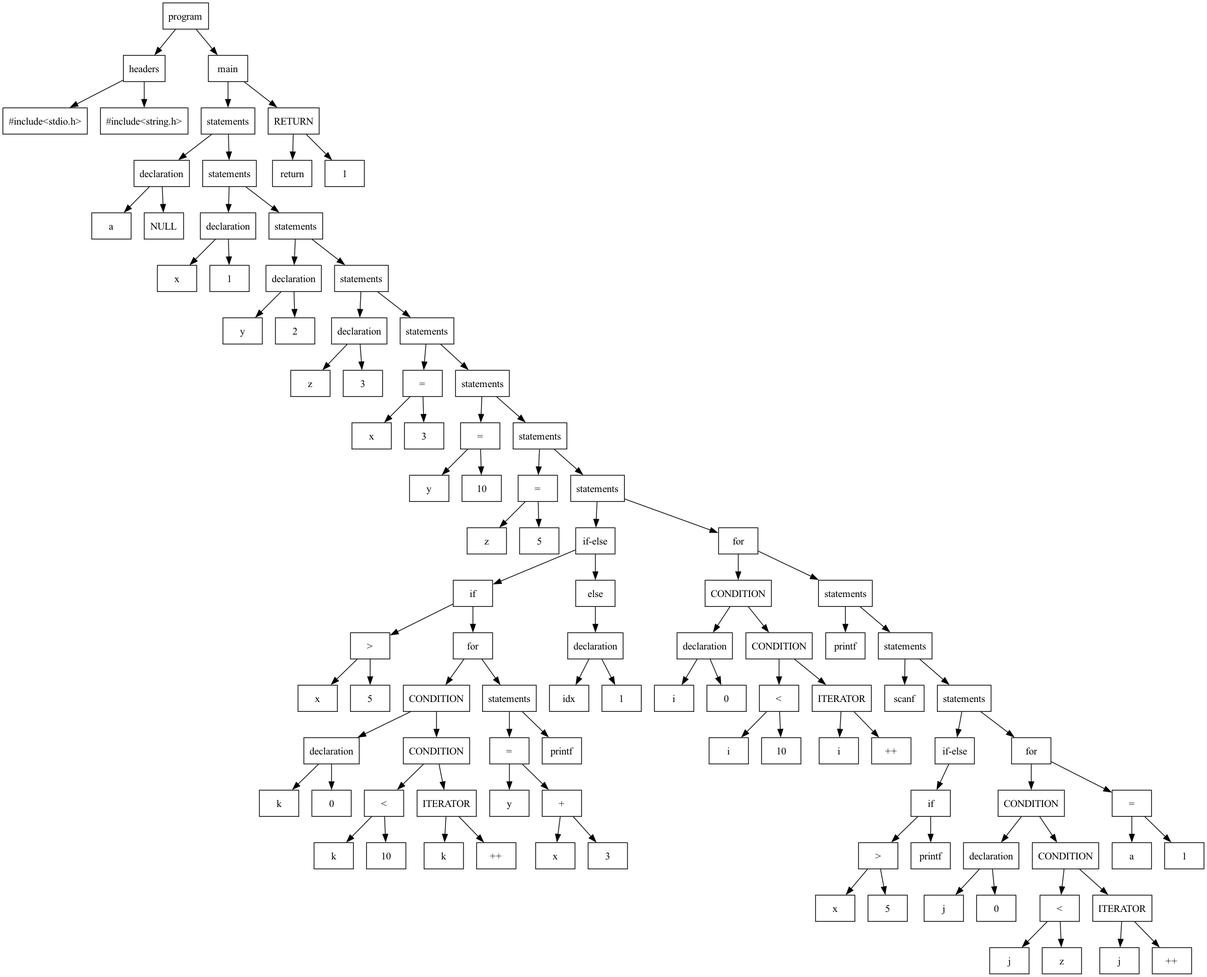
Before: finalphase/parse_tree.png, a diagram exported from Graphviz (PBL07-Project/PBL-CD). Its source is kept beside it as finalphase/parse_tree.dot.
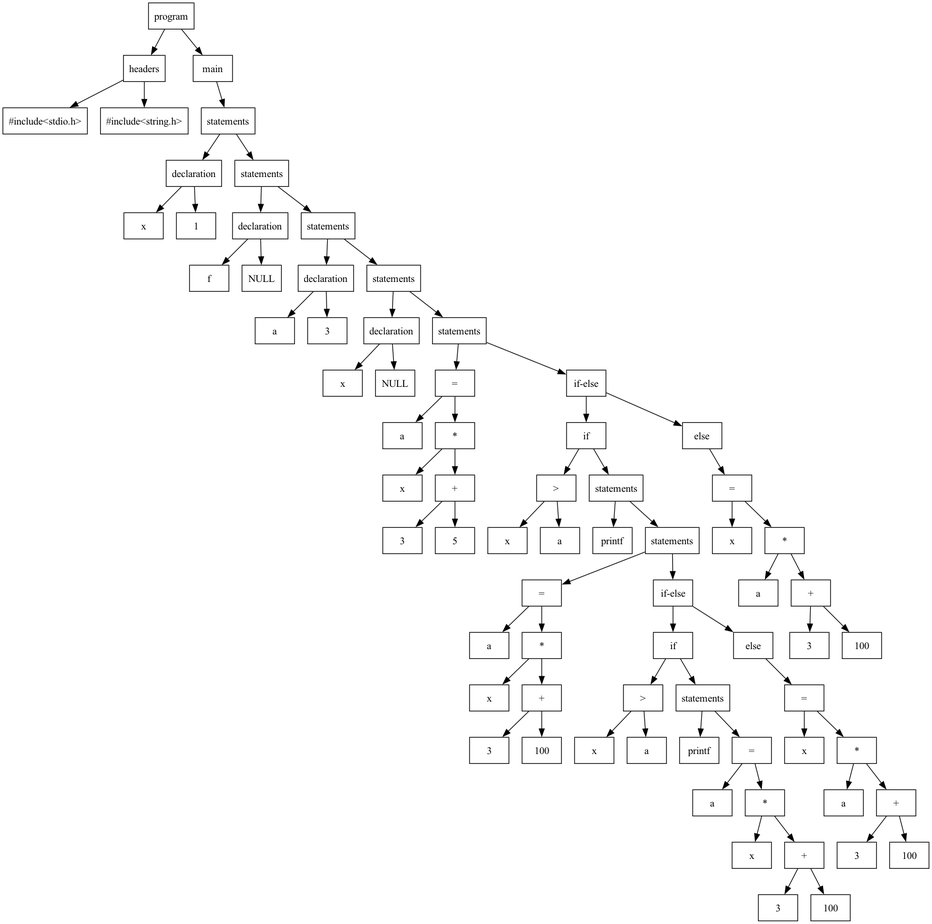
Above is the later version.

What changed in the source:
```diff
@@ -1,208 +1,150 @@
 digraph ParseTree {
   node [shape=box];
-  "0x132e07740" [label="program"];
-  "0x132e07740" -> "0x132e05e20";
-  "0x132e05e20" [label="headers"];
-  "0x132e05e20" -> "0x132e06080";
-  "0x132e06080" [label="#include<stdio.h>"];
-  "0x132e05e20" -> "0x132e05de0";
-  "0x132e05de0" [label="#include<string.h>"];
-  "0x132e07740" -> "0x132e07710";
-  "0x132e07710" [label="main"];
-  "0x132e07710" -> "0x132e07620";
-  "0x132e07620" [label="statements"];
-  "0x132e07620" -> "0x132e06180";
-  "0x132e06180" [label="declaration"];
-  "0x132e06180" -> "0x132e06150";
-  "0x132e06150" [label="a"];
-  "0x132e06180" -> "0x132e05eb0";
-  "0x132e05eb0" [label="NULL"];
-  "0x132e07620" -> "0x132e075f0";
-  "0x132e075f0" [label="statements"];
-  "0x132e075f0" -> "0x132e06270";
-  "0x132e06270" [label="declaration"];
-  "0x132e06270" -> "0x132e06240";
-  "0x132e06240" [label="x"];
-  "0x132e06270" -> "0x132e06210";
-  "0x132e06210" [label="1"];
-  "0x132e075f0" -> "0x132e075c0";
-  "0x132e075c0" [label="statements"];
-  "0x132e075c0" -> "0x132e06360";
-  "0x132e06360" [label="declaration"];
-  "0x132e06360" -> "0x132e06330";
-  "0x132e06330" [label="y"];
-  "0x132e06360" -> "0x132e06300";
-  "0x132e06300" [label="2"];
-  "0x132e075c0" -> "0x132e07590";
-  "0x132e07590" [label="statements"];
-  "0x132e07590" -> "0x132e06450";
-  "0x132e06450" [label="declaration"];
-  "0x132e06450" -> "0x132e06420";
-  "0x132e06420" [label="z"];
-  "0x132e06450" -> "0x132e063f0";
-  "0x132e063f0" [label="3"];
-  "0x132e07590" -> "0x132e07560";
-  "0x132e07560" [label="statements"];
-  "0x132e07560" -> "0x132e064e0";
-  "0x132e064e0" [label="="];
-  "0x132e064e0" -> "0x132e064b0";
-  "0x132e064b0" [label="x"];
-  "0x132e064e0" -> "0x132e06480";
-  "0x132e06480" [label="3"];
-  "0x132e07560" -> "0x132e07530";
-  "0x132e07530" [label="statements"];
-  "0x132e07530" -> "0x132e065a0";
-  "0x132e065a0" [label="="];
-  "0x132e065a0" -> "0x132e06570";
-  "0x132e06570" [label="y"];
-  "0x132e065a0" -> "0x132e06540";
-  "0x132e06540" [label="10"];
-  "0x132e07530" -> "0x132e07500";
-  "0x132e07500" [label="statements"];
-  "0x132e07500" -> "0x132e06660";
-  "0x132e06660" [label="="];
-  "0x132e06660" -> "0x132e06630";
-  "0x132e06630" [label="z"];
-  "0x132e06660" -> "0x132e06600";
-  "0x132e06600" [label="5"];
-  "0x132e07500" -> "0x132e074d0";
-  "0x132e074d0" [label="statements"];
-  "0x132e074d0" -> "0x132e06cf0";
-  "0x132e06cf0" [label="if-else"];
-  "0x132e06cf0" -> "0x132e06cc0";
-  "0x132e06cc0" [label="if"];
-  "0x132e06cc0" -> "0x132e06720";
-  "0x132e06720" [label=">"];
-  "0x132e06720" -> "0x132e066c0";
-  "0x132e066c0" [label="x"];
-  "0x132e06720" -> "0x132e066f0";
-  "0x132e066f0" [label="5"];
-  "0x132e06cc0" -> "0x132e06b70";
-  "0x132e06b70" [label="for"];
-  "0x132e06b70" -> "0x132e06b40";
-  "0x132e06b40" [label="CONDITION"];
-  "0x132e06b40" -> "0x132e06840";
-  "0x132e06840" [label="declaration"];
-  "0x132e06840" -> "0x132e06810";
-  "0x132e06810" [label="k"];
-  "0x132e06840" -> "0x132e067e0";
-  "0x132e067e0" [label="0"];
-  "0x132e06b40" -> "0x132e06b10";
-  "0x132e06b10" [label="CONDITION"];
-  "0x132e06b10" -> "0x132e068d0";
-  "0x132e068d0" [label="<"];
-  "0x132e068d0" -> "0x132e06870";
-  "0x132e06870" [label="k"];
-  "0x132e068d0" -> "0x132e068a0";
-  "0x132e068a0" [label="10"];
-  "0x132e06b10" -> "0x132e06960";
-  "0x132e06960" [label="ITERATOR"];
-  "0x132e06960" -> "0x132e06900";
-  "0x132e06900" [label="k"];
-  "0x132e06960" -> "0x132e06930";
-  "0x132e06930" [label="++"];
-  "0x132e06b70" -> "0x132e06ae0";
-  "0x132e06ae0" [label="statements"];
-  "0x132e06ae0" -> "0x132e06a50";
-  "0x132e06a50" [label="="];
-  "0x132e06a50" -> "0x132e06a20";
-  "0x132e06a20" [label="y"];
-  "0x132e06a50" -> "0x132e069f0";
-  "0x132e069f0" [label="+"];
-  "0x132e069f0" -> "0x132e06990";
-  "0x132e06990" [label="x"];
-  "0x132e069f0" -> "0x132e069c0";
-  "0x132e069c0" [label="3"];
-  "0x132e06ae0" -> "0x132e06ab0";
-  "0x132e06ab0" [label="printf"];
-  "0x132e06cf0" -> "0x132e06c90";
-  "0x132e06c90" [label="else"];
-  "0x132e06c90" -> "0x132e06c60";
-  "0x132e06c60" [label="declaration"];
-  "0x132e06c60" -> "0x132e06c30";
-  "0x132e06c30" [label="idx"];
-  "0x132e06c60" -> "0x132e06c00";
-  "0x132e06c00" [label="1"];
-  "0x132e074d0" -> "0x132e074a0";
-  "0x132e074a0" [label="for"];
-  "0x132e074a0" -> "0x132e07470";
-  "0x132e07470" [label="CONDITION"];
-  "0x132e07470" -> "0x132e06db0";
-  "0x132e06db0" [label="declaration"];
-  "0x132e06db0" -> "0x132e06d80";
-  "0x132e06d80" [label="i"];
-  "0x132e06db0" -> "0x132e06d50";
-  "0x132e06d50" [label="0"];
-  "0x132e07470" -> "0x132e07440";
-  "0x132e07440" [label="CONDITION"];
-  "0x132e07440" -> "0x132e06e40";
-  "0x132e06e40" [label="<"];
-  "0x132e06e40" -> "0x132e06de0";
-  "0x132e06de0" [label="i"];
-  "0x132e06e40" -> "0x132e06e10";
-  "0x132e06e10" [label="10"];
-  "0x132e07440" -> "0x132e06ed0";
-  "0x132e06ed0" [label="ITERATOR"];
-  "0x132e06ed0" -> "0x132e06e70";
-  "0x132e06e70" [label="i"];
-  "0x132e06ed0" -> "0x132e06ea0";
-  "0x132e06ea0" [label="++"];
-  "0x132e074a0" -> "0x132e07410";
-  "0x132e07410" [label="statements"];
-  "0x132e07410" -> "0x132e06f00";
-  "0x132e06f00" [label="printf"];
-  "0x132e07410" -> "0x132e073e0";
-  "0x132e073e0" [label="statements"];
-  "0x132e073e0" -> "0x132e06f60";
-  "0x132e06f60" [label="scanf"];
-  "0x132e073e0" -> "0x132e073b0";
-  "0x132e073b0" [label="statements"];
-  "0x132e073b0" -> "0x132e07080";
-  "0x132e07080" [label="if-else"];
-  "0x132e07080" -> "0x132e07050";
-  "0x132e07050" [label="if"];
-  "0x132e07050" -> "0x132e06ff0";
-  "0x132e06ff0" [label=">"];
-  "0x132e06ff0" -> "0x132e06f90";
-  "0x132e06f90" [label="x"];
-  "0x132e06ff0" -> "0x132e06fc0";
-  "0x132e06fc0" [label="5"];
-  "0x132e07050" -> "0x132e07020";
-  "0x132e07020" [label="printf"];
-  "0x132e073b0" -> "0x132e07380";
-  "0x132e07380" [label="for"];
-  "0x132e07380" -> "0x132e07350";
-  "0x132e07350" [label="CONDITION"];
-  "0x132e07350" -> "0x132e07140";
-  "0x132e07140" [label="declaration"];
-  "0x132e07140" -> "0x132e07110";
-  "0x132e07110" [label="j"];
-  "0x132e07140" -> "0x132e070e0";
-  "0x132e070e0" [label="0"];
-  "0x132e07350" -> "0x132e07320";
-  "0x132e07320" [label="CONDITION"];
-  "0x132e07320" -> "0x132e071d0";
-  "0x132e071d0" [label="<"];
-  "0x132e071d0" -> "0x132e07170";
-  "0x132e07170" [label="j"];
-  "0x132e071d0" -> "0x132e071a0";
-  "0x132e071a0" [label="z"];
-  "0x132e07320" -> "0x132e07260";
-  "0x132e07260" [label="ITERATOR"];
-  "0x132e07260" -> "0x132e07200";
-  "0x132e07200" [label="j"];
-  "0x132e07260" -> "0x132e07230";
-  "0x132e07230" [label="++"];
-  "0x132e07380" -> "0x132e072f0";
-  "0x132e072f0" [label="="];
-  "0x132e072f0" -> "0x132e072c0";
-  "0x132e072c0" [label="a"];
-  "0x132e072f0" -> "0x132e07290";
-  "0x132e07290" [label="1"];
-  "0x132e07710" -> "0x132e076e0";
-  "0x132e076e0" [label="RETURN"];
-  "0x132e076e0" -> "0x132e076b0";
-  "0x132e076b0" [label="return"];
-  "0x132e076e0" -> "0x132e07680";
-  "0x132e07680" [label="1"];
+  "0x14bf05140" [label="program"];
+  "0x14bf05140" -> "0x14bf041e0";
+  "0x14bf041e0" [label="headers"];
+  "0x14bf041e0" -> "0x14bf04120";
+  "0x14bf04120" [label="#include<stdio.h>"];
+  "0x14bf041e0" -> "0x14bf041a0";
+  "0x14bf041a0" [label="#include<string.h>"];
+  "0x14bf05140" -> "0x14bf05110";
+  "0x14bf05110" [label="main"];
+  "0x14bf05110" -> "0x14bf050e0";
+  "0x14bf050e0" [label="statements"];
+  "0x14bf050e0" -> "0x14bf04300";
+  "0x14bf04300" [label="declaration"];
+  "0x14bf04300" -> "0x14bf042d0";
+  "0x14bf042d0" [label="x"];
+  "0x14bf04300" -> "0x14bf042a0";
+  "0x14bf042a0" [label="1"];
+  "0x14bf050e0" -> "0x14bf050b0";
+  "0x14bf050b0" [label="statements"];
+  "0x14bf050b0" -> "0x14bf043c0";
+  "0x14bf043c0" [label="declaration"];
+  "0x14bf043c0" -> "0x14bf04390";
+  "0x14bf04390" [label="f"];
+  "0x14bf043c0" -> "0x14bf04360";
+  "0x14bf04360" [label="NULL"];
+  "0x14bf050b0" -> "0x14bf05080";
+  "0x14bf05080" [label="statements"];
+  "0x14bf05080" -> "0x14bf044b0";
+  "0x14bf044b0" [label="declaration"];
+  "0x14bf044b0" -> "0x14bf04480";
+  "0x14bf04480" [label="a"];
+  "0x14bf044b0" -> "0x14bf04450";
+  "0x14bf04450" [label="3"];
+  "0x14bf05080" -> "0x14bf05050";
+  "0x14bf05050" [label="statements"];
+  "0x14bf05050" -> "0x14bf04540";
+  "0x14bf04540" [label="declaration"];
+  "0x14bf04540" -> "0x14bf04510";
+  "0x14bf04510" [label="x"];
+  "0x14bf04540" -> "0x14bf044e0";
+  "0x14bf044e0" [label="NULL"];
+  "0x14bf05050" -> "0x14bf05020";
+  "0x14bf05020" [label="statements"];
+  "0x14bf05020" -> "0x14bf046c0";
+  "0x14bf046c0" [label="="];
+  "0x14bf046c0" -> "0x14bf04690";
+  "0x14bf04690" [label="a"];
+  "0x14bf046c0" -> "0x14bf04660";
+  "0x14bf04660" [label="*"];
+  "0x14bf04660" -> "0x14bf04570";
+  "0x14bf04570" [label="x"];
+  "0x14bf04660" -> "0x14bf04630";
+  "0x14bf04630" [label="+"];
+  "0x14bf04630" -> "0x14bf045a0";
+  "0x14bf045a0" [label="3"];
+  "0x14bf04630" -> "0x14bf04600";
+  "0x14bf04600" [label="5"];
+  "0x14bf05020" -> "0x14bf04ff0";
+  "0x14bf04ff0" [label="if-else"];
+  "0x14bf04ff0" -> "0x14bf04fc0";
+  "0x14bf04fc0" [label="if"];
+  "0x14bf04fc0" -> "0x14bf04780";
+  "0x14bf04780" [label=">"];
+  "0x14bf04780" -> "0x14bf04720";
+  "0x14bf04720" [label="x"];
+  "0x14bf04780" -> "0x14bf04750";
+  "0x14bf04750" [label="a"];
+  "0x14bf04fc0" -> "0x14bf04e10";
+  "0x14bf04e10" [label="statements"];
+  "0x14bf04e10" -> "0x14bf047e0";
+  "0x14bf047e0" [label="printf"];
+  "0x14bf04e10" -> "0x14bf04de0";
+  "0x14bf04de0" [label="statements"];
+  "0x14bf04de0" -> "0x14bf04960";
+  "0x14bf04960" [label="="];
+  "0x14bf04960" -> "0x14bf04930";
+  "0x14bf04930" [label="a"];
+  "0x14bf04960" -> "0x14bf04900";
+  "0x14bf04900" [label="*"];
+  "0x14bf04900" -> "0x14bf04810";
+  "0x14bf04810" [label="x"];
+  "0x14bf04900" -> "0x14bf048d0";
+  "0x14bf048d0" [label="+"];
+  "0x14bf048d0" -> "0x14bf04840";
+  "0x14bf04840" [label="3"];
+  "0x14bf048d0" -> "0x14bf048a0";
+  "0x14bf048a0" [label="100"];
+  "0x14bf04de0" -> "0x14bf04db0";
+  "0x14bf04db0" [label="if-else"];
+  "0x14bf04db0" -> "0x14bf04d80";
+  "0x14bf04d80" [label="if"];
+  "0x14bf04d80" -> "0x14bf049f0";
+  "0x14bf049f0" [label=">"];
+  "0x14bf049f0" -> "0x14bf04990";
+  "0x14bf04990" [label="x"];
+  "0x14bf049f0" -> "0x14bf049c0";
+  "0x14bf049c0" [label="a"];
+  "0x14bf04d80" -> "0x14bf04ba0";
+  "0x14bf04ba0" [label="statements"];
+  "0x14bf04ba0" -> "0x14bf04a20";
+  "0x14bf04a20" [label="printf"];
+  "0x14bf04ba0" -> "0x14bf04b70";
+  "0x14bf04b70" [label="="];
+  "0x14bf04b70" -> "0x14bf04b40";
+  "0x14bf04b40" [label="a"];
+  "0x14bf04b70" -> "0x14bf04b10";
+  "0x14bf04b10" [label="*"];
+  "0x14bf04b10" -> "0x14bf04a50";
+  "0x14bf04a50" [label="x"];
+  "0x14bf04b10" -> "0x14bf04ae0";
+  "0x14bf04ae0" [label="+"];
+  "0x14bf04ae0" -> "0x14bf04a80";
+  "0x14bf04a80" [label="3"];
+  "0x14bf04ae0" -> "0x14bf04ab0";
+  "0x14bf04ab0" [label="100"];
+  "0x14bf04db0" -> "0x14bf04d50";
+  "0x14bf04d50" [label="else"];
+  "0x14bf04d50" -> "0x14bf04d20";
+  "0x14bf04d20" [label="="];
+  "0x14bf04d20" -> "0x14bf04cf0";
+  "0x14bf04cf0" [label="x"];
+  "0x14bf04d20" -> "0x14bf04cc0";
+  "0x14bf04cc0" [label="*"];
+  "0x14bf04cc0" -> "0x14bf04c00";
+  "0x14bf04c00" [label="a"];
+  "0x14bf04cc0" -> "0x14bf04c90";
+  "0x14bf04c90" [label="+"];
+  "0x14bf04c90" -> "0x14bf04c30";
+  "0x14bf04c30" [label="3"];
+  "0x14bf04c90" -> "0x14bf04c60";
+  "0x14bf04c60" [label="100"];
+  "0x14bf04ff0" -> "0x14bf04f90";
+  "0x14bf04f90" [label="else"];
+  "0x14bf04f90" -> "0x14bf04f60";
+  "0x14bf04f60" [label="="];
+  "0x14bf04f60" -> "0x14bf04f30";
+  "0x14bf04f30" [label="x"];
+  "0x14bf04f60" -> "0x14bf04f00";
+  "0x14bf04f00" [label="*"];
+  "0x14bf04f00" -> "0x14bf04e40";
+  "0x14bf04e40" [label="a"];
+  "0x14bf04f00" -> "0x14bf04ed0";
+  "0x14bf04ed0" [label="+"];
+  "0x14bf04ed0" -> "0x14bf04e70";
+  "0x14bf04e70" [label="3"];
+  "0x14bf04ed0" -> "0x14bf04ea0";
+  "0x14bf04ea0" [label="100"];
 }
```
